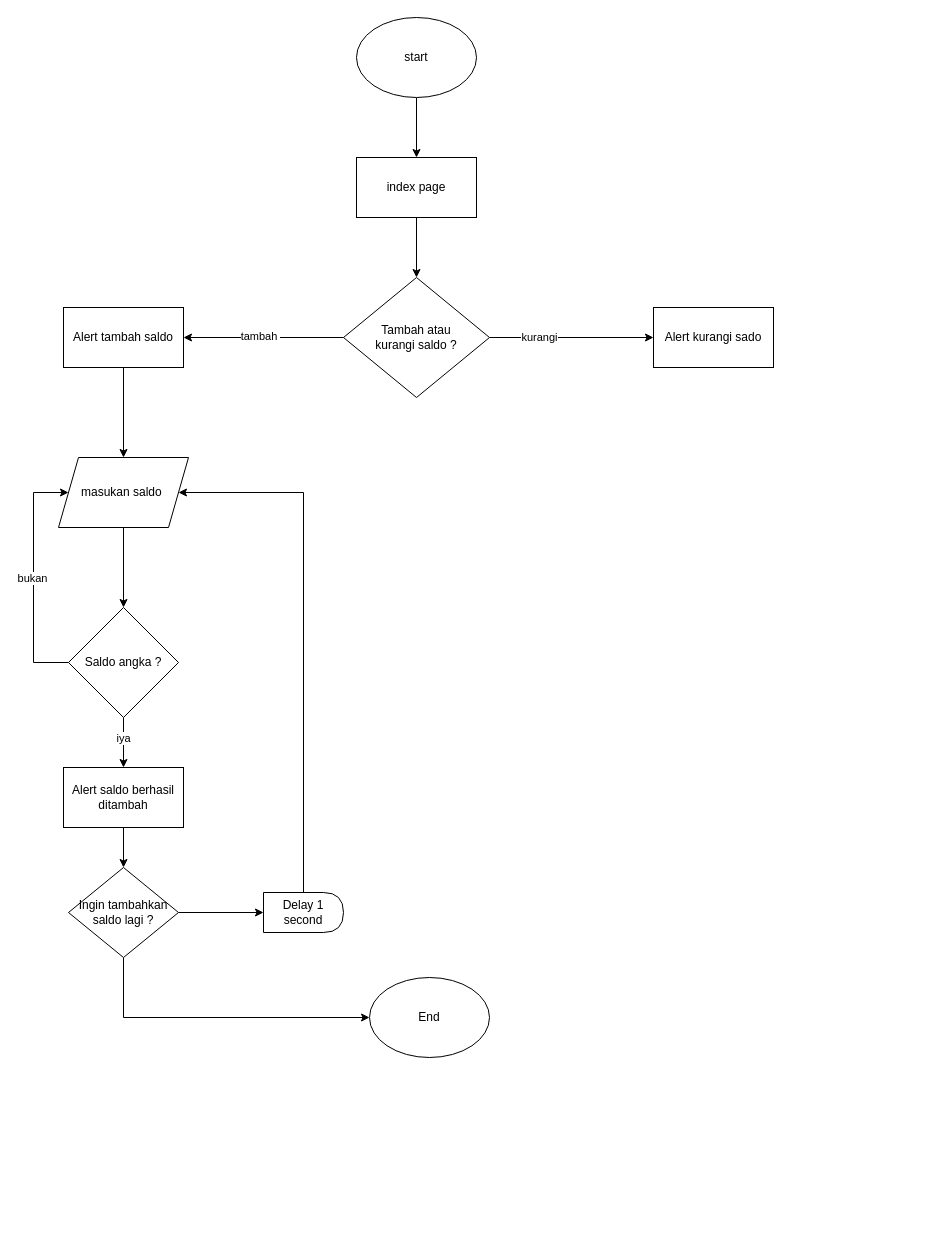
This is Untitled Diagram.drawio from Mamanggans/Basic_banking_sysytem, a draw.io file, before an edit. Source tidied: cells renumbered, new cells numbered last; positions are measured from the earlier drawing's top-left corner, leaving out a move shared by most shapes. Both pictures are drawn from the tidied source at 100%, with x=0, y=0 at pixel (33, 17).
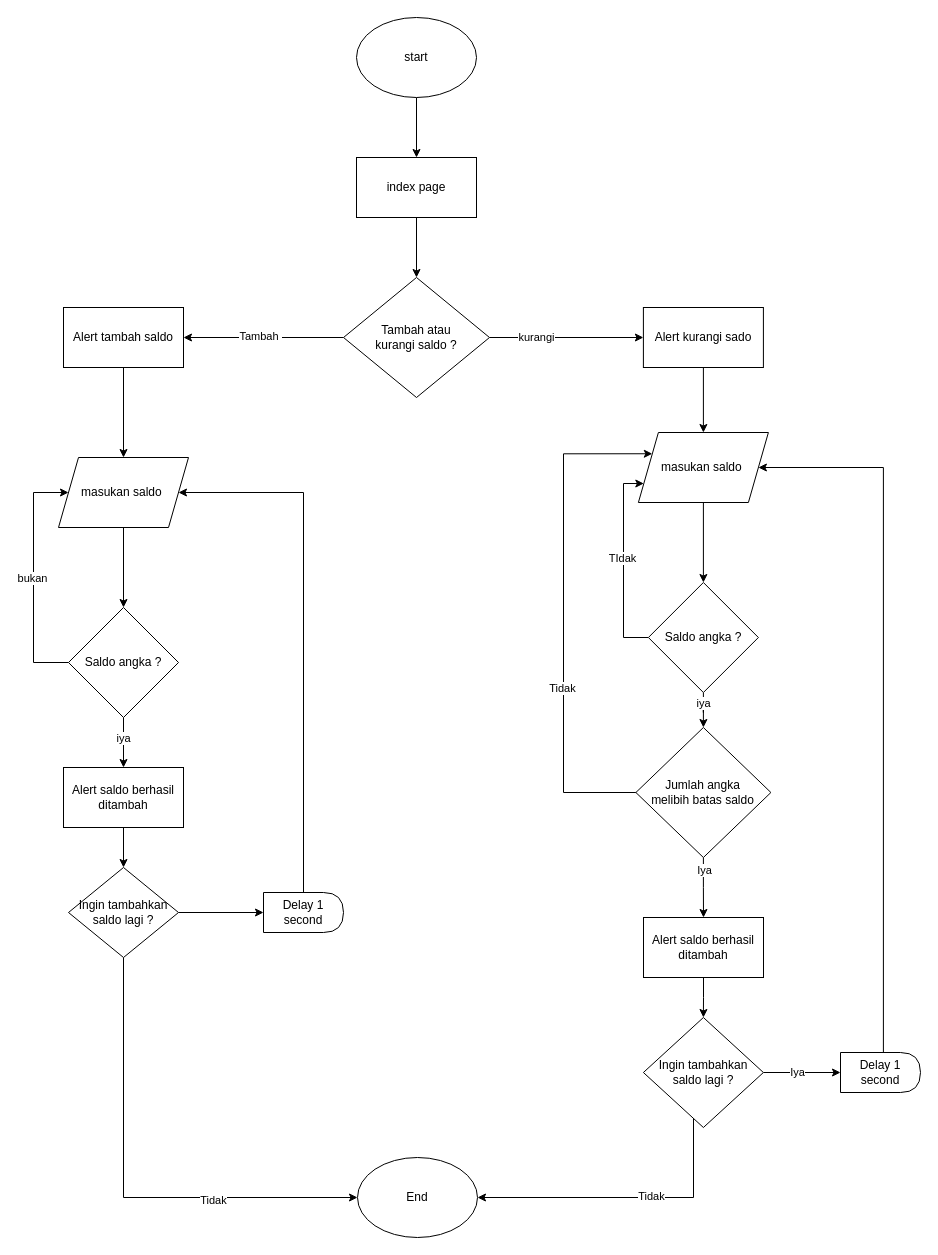
Above is the later version.

The change refers to these unchanged cells:
```xml
<mxCell id="6" style="edgeStyle=orthogonalEdgeStyle;rounded=0;jettySize=auto;html=1;entryX=1;entryY=0.5;entryDx=0;entryDy=0;" parent="1" edge="1" source="10" target="12">
  <mxGeometry relative="1" as="geometry" />
</mxCell>
<mxCell id="25" value="Ingin tambahkan saldo lagi ?" style="rhombus;whiteSpace=wrap;html=1;" parent="1" vertex="1">
  <mxGeometry x="35" y="850" width="110" height="90" as="geometry" />
</mxCell>
```

What changed in the source:
```diff
@@
-    <mxCell id="7" value="tambah&amp;nbsp;" style="edgeLabel;html=1;align=center;verticalAlign=middle;" parent="6" vertex="1">
+    <mxCell id="7" value="Tambah&amp;nbsp;" style="edgeLabel;html=1;align=center;verticalAlign=middle;" parent="6" vertex="1">
       <mxGeometry x="0.05" y="-2" relative="1" as="geometry" />
     </mxCell>
@@
+    <mxCell id="29" style="edgeStyle=orthogonalEdgeStyle;rounded=0;jettySize=auto;html=1;" parent="1" edge="1" source="13" target="32">
+      <mxGeometry relative="1" as="geometry" />
+    </mxCell>
     <mxCell id="13" value="Alert kurangi sado" style="rounded=0;whiteSpace=wrap;html=1;" parent="1" vertex="1">
-      <mxGeometry x="620" y="290" width="120" height="60" as="geometry" />
+      <mxGeometry x="609.9" y="290" width="120" height="60" as="geometry" />
     </mxCell>
@@
     <mxCell id="23" style="edgeStyle=orthogonalEdgeStyle;rounded=0;jettySize=auto;html=1;entryX=0;entryY=0.5;entryDx=0;entryDy=0;" parent="1" edge="1" source="25" target="28">
       <mxGeometry relative="1" as="geometry">
         <Array as="points">
-          <mxPoint x="90" y="1000" />
+          <mxPoint x="90" y="1180" />
         </Array>
       </mxGeometry>
     </mxCell>
+    <mxCell id="30" value="Tidak" style="edgeLabel;html=1;align=center;verticalAlign=middle;" parent="23" vertex="1">
+      <mxGeometry x="0.39" y="-2" relative="1" as="geometry" />
+    </mxCell>
@@
     <mxCell id="28" value="End" style="ellipse;whiteSpace=wrap;html=1;" parent="1" vertex="1">
-      <mxGeometry x="336" y="960" width="120" height="80" as="geometry" />
+      <mxGeometry x="324" y="1140" width="120" height="80" as="geometry" />
     </mxCell>
+    <mxCell id="31" style="edgeStyle=orthogonalEdgeStyle;rounded=0;jettySize=auto;html=1;" parent="1" edge="1" source="32" target="37">
+      <mxGeometry relative="1" as="geometry" />
+    </mxCell>
+    <mxCell id="32" value="masukan saldo&amp;nbsp;" style="shape=parallelogram;perimeter=parallelogramPerimeter;whiteSpace=wrap;html=1;fixedSize=1;" parent="1" vertex="1">
+      <mxGeometry x="604.9" y="415" width="130" height="70" as="geometry" />
+    </mxCell>
+    <mxCell id="33" style="edgeStyle=orthogonalEdgeStyle;rounded=0;jettySize=auto;html=1;" parent="1" edge="1" source="37" target="51">
+      <mxGeometry relative="1" as="geometry" />
+    </mxCell>
+    <mxCell id="34" value="iya" style="edgeLabel;html=1;align=center;verticalAlign=middle;" parent="33" vertex="1">
+      <mxGeometry x="-0.55" relative="1" as="geometry" />
+    </mxCell>
+    <mxCell id="35" style="edgeStyle=orthogonalEdgeStyle;rounded=0;jettySize=auto;html=1;entryX=0;entryY=0.75;entryDx=0;entryDy=0;" parent="1" edge="1" source="37" target="32">
+      <mxGeometry relative="1" as="geometry">
+        <Array as="points">
+          <mxPoint x="590" y="620" />
+          <mxPoint x="590" y="466" />
+        </Array>
+      </mxGeometry>
+    </mxCell>
+    <mxCell id="36" value="TIdak" style="edgeLabel;html=1;align=center;verticalAlign=middle;" parent="35" vertex="1">
+      <mxGeometry x="0.04" y="2" relative="1" as="geometry" />
+    </mxCell>
+    <mxCell id="37" value="Saldo angka ?" style="rhombus;whiteSpace=wrap;html=1;" parent="1" vertex="1">
+      <mxGeometry x="614.9" y="565" width="110" height="110" as="geometry" />
+    </mxCell>
+    <mxCell id="38" style="edgeStyle=orthogonalEdgeStyle;rounded=0;jettySize=auto;html=1;" parent="1" edge="1" source="39" target="44">
+      <mxGeometry relative="1" as="geometry" />
+    </mxCell>
+    <mxCell id="39" value="Alert saldo berhasil ditambah" style="rounded=0;whiteSpace=wrap;html=1;" parent="1" vertex="1">
+      <mxGeometry x="610" y="900" width="120" height="60" as="geometry" />
+    </mxCell>
+    <mxCell id="40" style="edgeStyle=orthogonalEdgeStyle;rounded=0;jettySize=auto;html=1;" parent="1" edge="1" source="44" target="46">
+      <mxGeometry relative="1" as="geometry" />
+    </mxCell>
+    <mxCell id="41" value="Iya" style="edgeLabel;html=1;align=center;verticalAlign=middle;" parent="40" vertex="1">
+      <mxGeometry x="-0.12" y="1" relative="1" as="geometry" />
+    </mxCell>
+    <mxCell id="42" style="edgeStyle=orthogonalEdgeStyle;rounded=0;jettySize=auto;html=1;entryX=1;entryY=0.5;entryDx=0;entryDy=0;" parent="1" edge="1" source="44" target="28">
+      <mxGeometry relative="1" as="geometry">
+        <Array as="points">
+          <mxPoint x="660" y="1180" />
+        </Array>
+      </mxGeometry>
+    </mxCell>
+    <mxCell id="43" value="Tidak" style="edgeLabel;html=1;align=center;verticalAlign=middle;" parent="42" vertex="1">
+      <mxGeometry x="-0.17" y="-2" relative="1" as="geometry" />
+    </mxCell>
+    <mxCell id="44" value="Ingin tambahkan saldo lagi ?" style="rhombus;whiteSpace=wrap;html=1;" parent="1" vertex="1">
+      <mxGeometry x="609.9" y="1000" width="120" height="110" as="geometry" />
+    </mxCell>
+    <mxCell id="45" style="edgeStyle=orthogonalEdgeStyle;rounded=0;jettySize=auto;html=1;entryX=1;entryY=0.5;entryDx=0;entryDy=0;" parent="1" edge="1" source="46" target="32">
+      <mxGeometry relative="1" as="geometry">
+        <Array as="points">
+          <mxPoint x="849.9" y="450" />
+        </Array>
+      </mxGeometry>
+    </mxCell>
+    <mxCell id="46" value="Delay 1 second" style="shape=delay;whiteSpace=wrap;html=1;" parent="1" vertex="1">
+      <mxGeometry x="807" y="1035" width="80" height="40" as="geometry" />
+    </mxCell>
+    <mxCell id="47" style="edgeStyle=orthogonalEdgeStyle;rounded=0;jettySize=auto;html=1;" parent="1" edge="1" source="51" target="39">
+      <mxGeometry relative="1" as="geometry" />
+    </mxCell>
+    <mxCell id="48" value="Iya" style="edgeLabel;html=1;align=center;verticalAlign=middle;" parent="47" vertex="1">
+      <mxGeometry x="-0.6" y="1" relative="1" as="geometry" />
+    </mxCell>
+    <mxCell id="49" style="edgeStyle=orthogonalEdgeStyle;rounded=0;jettySize=auto;html=1;entryX=0;entryY=0.25;entryDx=0;entryDy=0;" parent="1" edge="1" source="51" target="32">
+      <mxGeometry relative="1" as="geometry">
+        <Array as="points">
+          <mxPoint x="530" y="775" />
+          <mxPoint x="530" y="436" />
+        </Array>
+      </mxGeometry>
+    </mxCell>
+    <mxCell id="50" value="Tidak" style="edgeLabel;html=1;align=center;verticalAlign=middle;" parent="49" vertex="1">
+      <mxGeometry x="-0.29" y="2" relative="1" as="geometry" />
+    </mxCell>
+    <mxCell id="51" value="Jumlah angka &lt;br&gt;melibih batas saldo" style="rhombus;whiteSpace=wrap;html=1;" parent="1" vertex="1">
+      <mxGeometry x="602.4" y="710" width="135" height="130" as="geometry" />
+    </mxCell>
```
